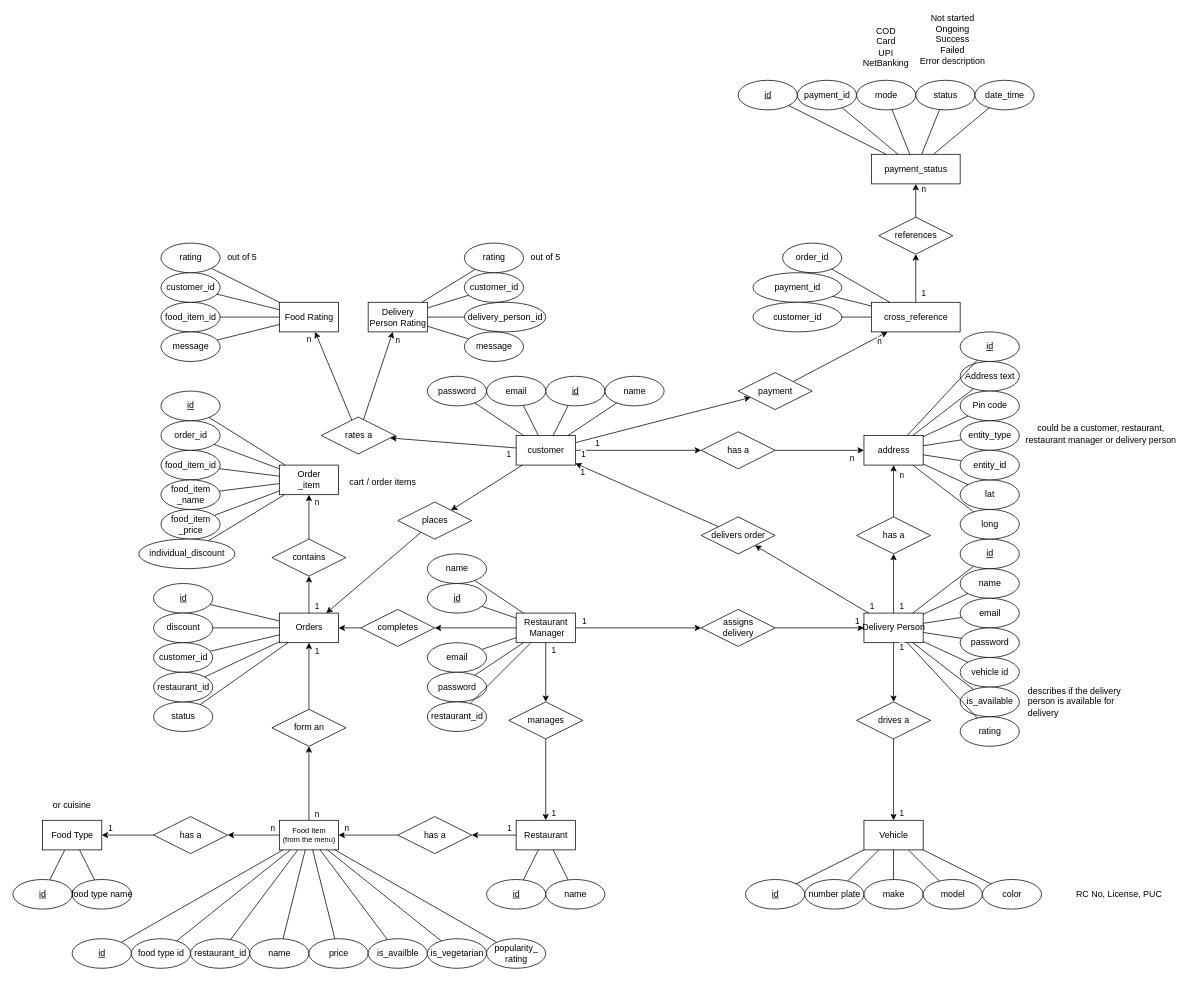
Earlier version of the draw.io diagram diagrams/ER/ER diagram.drawio (callofthewild/hunger-buzz). Source tidied: cells renumbered, new cells numbered last; positions are measured from the earlier drawing's top-left corner, leaving out a move shared by most shapes. Both pictures are drawn from the tidied source at 74%, with x=0, y=0 at pixel (13, 13).
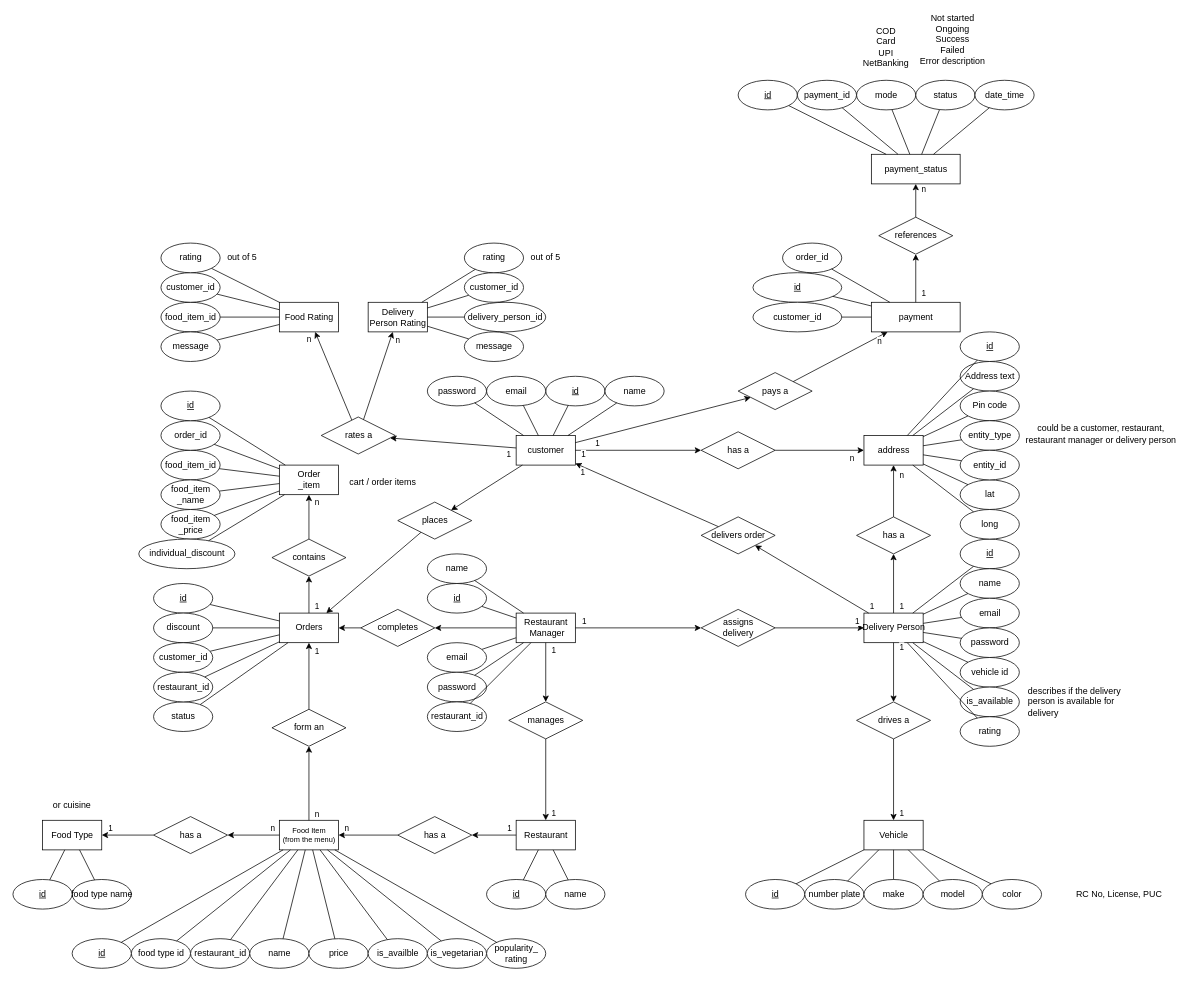
After the change.

Diff of the diagram source:
```diff
@@
-    <mxCell id="184" value="payment" style="shape=rhombus;perimeter=rhombusPerimeter;html=1;align=center;" parent="1" vertex="1">
+    <mxCell id="184" value="pays a" style="shape=rhombus;perimeter=rhombusPerimeter;html=1;align=center;" parent="1" vertex="1">
       <mxGeometry x="980" y="485" width="100" height="50" as="geometry" />
     </mxCell>
@@
-    <mxCell id="187" value="cross_reference" style="rounded=0;html=1;" parent="1" vertex="1">
+    <mxCell id="187" value="payment" style="rounded=0;html=1;" parent="1" vertex="1">
       <mxGeometry x="1160" y="390" width="120" height="40" as="geometry" />
     </mxCell>
@@
-    <mxCell id="189" value="payment_id" style="ellipse;html=1;align=center;fontStyle=0;" parent="1" vertex="1">
+    <mxCell id="189" value="id" style="ellipse;html=1;align=center;fontStyle=4;" parent="1" vertex="1">
       <mxGeometry x="1000" y="350" width="120" height="40" as="geometry" />
     </mxCell>
```
